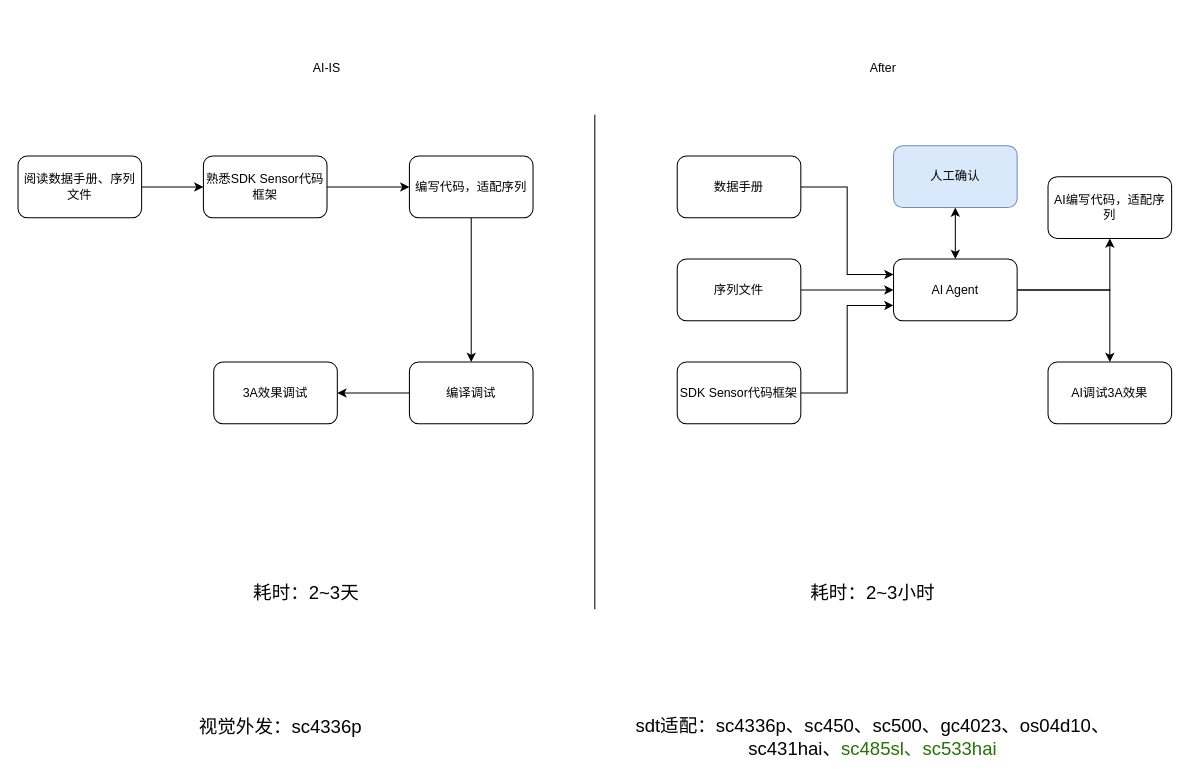
Above: page "sensor适配" (3 of 7) of 未命名绘图.drawio in halfmonth/record (draw.io), before the change. Source tidied: cells renumbered, new cells numbered last; positions are measured from the earlier drawing's top-left corner, leaving out a move shared by most shapes. Both pictures are drawn from the tidied source at 103%, with x=0, y=0 at pixel (18, 53).
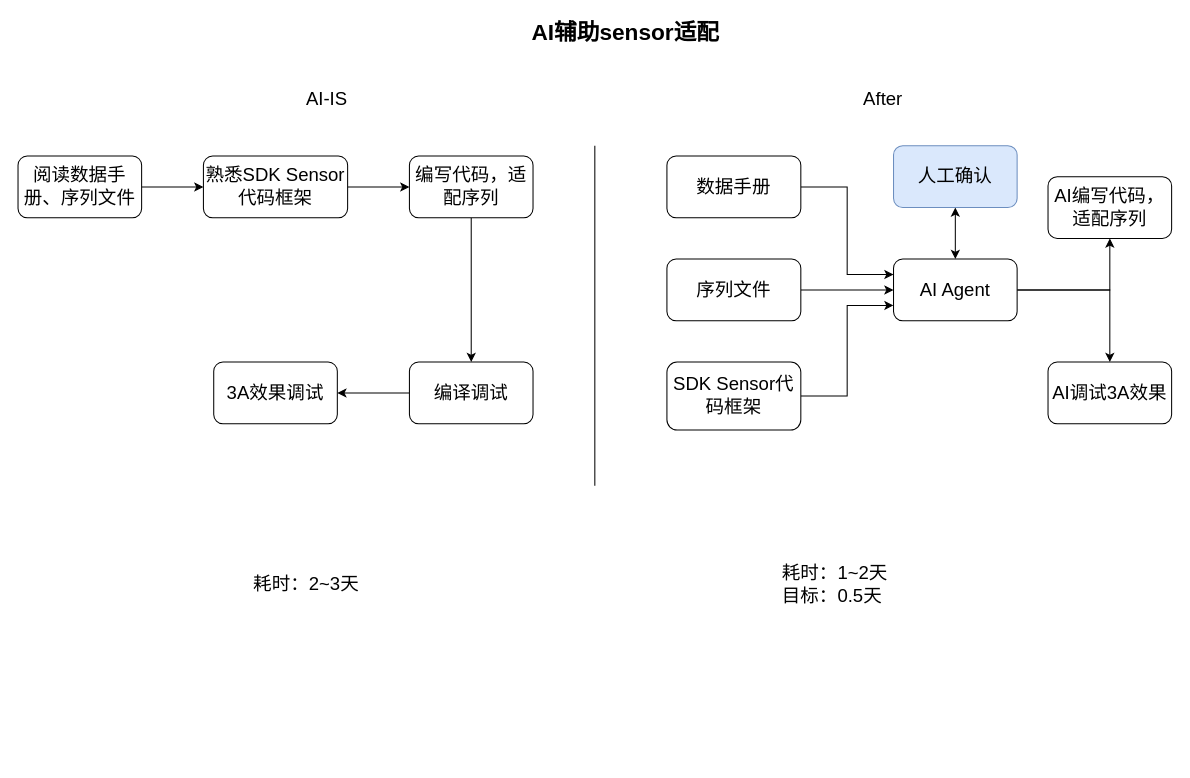
After the change.

The edit, as a diff of the source:
```diff
@@
-    <mxCell id="2" style="edgeStyle=orthogonalEdgeStyle;rounded=0;jettySize=auto;html=1;entryX=0;entryY=0.5;entryDx=0;entryDy=0;" parent="1" edge="1" source="3" target="5">
+    <mxCell id="2" style="edgeStyle=orthogonalEdgeStyle;rounded=0;jettySize=auto;html=1;entryX=0;entryY=0.5;entryDx=0;entryDy=0;fontSize=18;" parent="1" edge="1" source="3" target="5">
       <mxGeometry relative="1" as="geometry" />
     </mxCell>
-    <mxCell id="3" value="阅读数据手册、序列文件" style="rounded=1;whiteSpace=wrap;html=1;" parent="1" vertex="1">
+    <mxCell id="3" value="阅读数据手册、序列文件" style="rounded=1;whiteSpace=wrap;html=1;fontSize=18;" parent="1" vertex="1">
       <mxGeometry y="100" width="120" height="60" as="geometry" />
     </mxCell>
-    <mxCell id="4" style="edgeStyle=orthogonalEdgeStyle;rounded=0;jettySize=auto;html=1;entryX=0;entryY=0.5;entryDx=0;entryDy=0;" parent="1" edge="1" source="5" target="10">
+    <mxCell id="4" style="edgeStyle=orthogonalEdgeStyle;rounded=0;jettySize=auto;html=1;entryX=0;entryY=0.5;entryDx=0;entryDy=0;fontSize=18;" parent="1" edge="1" source="5" target="10">
       <mxGeometry relative="1" as="geometry" />
     </mxCell>
-    <mxCell id="5" value="熟悉SDK Sensor代码框架" style="rounded=1;whiteSpace=wrap;html=1;" parent="1" vertex="1">
-      <mxGeometry x="180" y="100" width="120" height="60" as="geometry" />
+    <mxCell id="5" value="熟悉SDK Sensor代码框架" style="rounded=1;whiteSpace=wrap;html=1;fontSize=18;" parent="1" vertex="1">
+      <mxGeometry x="180" y="100" width="140" height="60" as="geometry" />
     </mxCell>
-    <mxCell id="6" style="endArrow=none;html=1;rounded=0;" parent="1" edge="1">
+    <mxCell id="6" style="endArrow=none;html=1;rounded=0;fontSize=18;" parent="1" edge="1">
       <mxGeometry relative="1" as="geometry">
-        <mxPoint x="560" y="540" as="sourcePoint" />
-        <mxPoint x="560" y="60" as="targetPoint" />
+        <mxPoint x="560" y="420" as="sourcePoint" />
+        <mxPoint x="560" y="90" as="targetPoint" />
       </mxGeometry>
     </mxCell>
-    <mxCell id="7" value="AI-IS" style="text;html=1;whiteSpace=wrap;strokeColor=none;fillColor=none;align=center;verticalAlign=middle;rounded=0;" parent="1" vertex="1">
-      <mxGeometry x="270" width="60" height="30" as="geometry" />
+    <mxCell id="7" value="AI-IS" style="text;html=1;whiteSpace=wrap;strokeColor=none;fillColor=none;align=center;verticalAlign=middle;rounded=0;fontSize=18;" parent="1" vertex="1">
+      <mxGeometry x="270" y="30" width="60" height="30" as="geometry" />
     </mxCell>
-    <mxCell id="8" value="After" style="text;html=1;whiteSpace=wrap;strokeColor=none;fillColor=none;align=center;verticalAlign=middle;rounded=0;" parent="1" vertex="1">
-      <mxGeometry x="810" width="60" height="30" as="geometry" />
+    <mxCell id="8" value="After" style="text;html=1;whiteSpace=wrap;strokeColor=none;fillColor=none;align=center;verticalAlign=middle;rounded=0;fontSize=18;" parent="1" vertex="1">
+      <mxGeometry x="810" y="30" width="60" height="30" as="geometry" />
     </mxCell>
-    <mxCell id="9" style="edgeStyle=orthogonalEdgeStyle;rounded=0;jettySize=auto;html=1;entryX=0.5;entryY=0;entryDx=0;entryDy=0;" parent="1" edge="1" source="10" target="12">
+    <mxCell id="9" style="edgeStyle=orthogonalEdgeStyle;rounded=0;jettySize=auto;html=1;entryX=0.5;entryY=0;entryDx=0;entryDy=0;fontSize=18;" parent="1" edge="1" source="10" target="12">
       <mxGeometry relative="1" as="geometry" />
     </mxCell>
-    <mxCell id="10" value="编写代码，适配序列" style="rounded=1;whiteSpace=wrap;html=1;" parent="1" vertex="1">
+    <mxCell id="10" value="编写代码，适配序列" style="rounded=1;whiteSpace=wrap;html=1;fontSize=18;" parent="1" vertex="1">
       <mxGeometry x="380" y="100" width="120" height="60" as="geometry" />
     </mxCell>
-    <mxCell id="11" style="edgeStyle=orthogonalEdgeStyle;rounded=0;jettySize=auto;html=1;entryX=1;entryY=0.5;entryDx=0;entryDy=0;" parent="1" edge="1" source="12" target="13">
+    <mxCell id="11" style="edgeStyle=orthogonalEdgeStyle;rounded=0;jettySize=auto;html=1;entryX=1;entryY=0.5;entryDx=0;entryDy=0;fontSize=18;" parent="1" edge="1" source="12" target="13">
       <mxGeometry relative="1" as="geometry" />
     </mxCell>
-    <mxCell id="12" value="编译调试" style="rounded=1;whiteSpace=wrap;html=1;" parent="1" vertex="1">
+    <mxCell id="12" value="编译调试" style="rounded=1;whiteSpace=wrap;html=1;fontSize=18;" parent="1" vertex="1">
       <mxGeometry x="380" y="300" width="120" height="60" as="geometry" />
     </mxCell>
-    <mxCell id="13" value="3A效果调试" style="rounded=1;whiteSpace=wrap;html=1;" parent="1" vertex="1">
+    <mxCell id="13" value="3A效果调试" style="rounded=1;whiteSpace=wrap;html=1;fontSize=18;" parent="1" vertex="1">
       <mxGeometry x="190" y="300" width="120" height="60" as="geometry" />
     </mxCell>
-    <mxCell id="14" value="&lt;font style=&quot;font-size: 18px;&quot;&gt;耗时：2~3天&lt;/font&gt;" style="text;html=1;whiteSpace=wrap;strokeColor=none;fillColor=none;align=center;verticalAlign=middle;rounded=0;" parent="1" vertex="1">
-      <mxGeometry x="190" y="510" width="180" height="30" as="geometry" />
+    <mxCell id="14" value="&lt;font&gt;耗时：2~3天&lt;/font&gt;" style="text;html=1;whiteSpace=wrap;strokeColor=none;fillColor=none;align=center;verticalAlign=middle;rounded=0;fontSize=18;" parent="1" vertex="1">
+      <mxGeometry x="190" y="501" width="180" height="30" as="geometry" />
     </mxCell>
-    <mxCell id="15" style="edgeStyle=orthogonalEdgeStyle;rounded=0;jettySize=auto;html=1;entryX=0;entryY=0.25;entryDx=0;entryDy=0;" parent="1" edge="1" source="16" target="23">
+    <mxCell id="15" style="edgeStyle=orthogonalEdgeStyle;rounded=0;jettySize=auto;html=1;entryX=0;entryY=0.25;entryDx=0;entryDy=0;fontSize=18;" parent="1" edge="1" source="16" target="23">
       <mxGeometry relative="1" as="geometry" />
     </mxCell>
-    <mxCell id="16" value="数据手册" style="rounded=1;whiteSpace=wrap;html=1;" parent="1" vertex="1">
-      <mxGeometry x="640" y="100" width="120" height="60" as="geometry" />
+    <mxCell id="16" value="数据手册" style="rounded=1;whiteSpace=wrap;html=1;fontSize=18;" parent="1" vertex="1">
+      <mxGeometry x="630" y="100" width="130" height="60" as="geometry" />
     </mxCell>
-    <mxCell id="17" style="edgeStyle=orthogonalEdgeStyle;rounded=0;jettySize=auto;html=1;entryX=0;entryY=0.5;entryDx=0;entryDy=0;" parent="1" edge="1" source="18" target="23">
+    <mxCell id="17" style="edgeStyle=orthogonalEdgeStyle;rounded=0;jettySize=auto;html=1;entryX=0;entryY=0.5;entryDx=0;entryDy=0;fontSize=18;" parent="1" edge="1" source="18" target="23">
       <mxGeometry relative="1" as="geometry" />
     </mxCell>
-    <mxCell id="18" value="序列文件" style="rounded=1;whiteSpace=wrap;html=1;" parent="1" vertex="1">
-      <mxGeometry x="640" y="200" width="120" height="60" as="geometry" />
+    <mxCell id="18" value="序列文件" style="rounded=1;whiteSpace=wrap;html=1;fontSize=18;" parent="1" vertex="1">
+      <mxGeometry x="630" y="200" width="130" height="60" as="geometry" />
     </mxCell>
-    <mxCell id="19" style="edgeStyle=orthogonalEdgeStyle;rounded=0;jettySize=auto;html=1;entryX=0;entryY=0.75;entryDx=0;entryDy=0;" parent="1" edge="1" source="20" target="23">
+    <mxCell id="19" style="edgeStyle=orthogonalEdgeStyle;rounded=0;jettySize=auto;html=1;entryX=0;entryY=0.75;entryDx=0;entryDy=0;fontSize=18;" parent="1" edge="1" source="20" target="23">
       <mxGeometry relative="1" as="geometry" />
     </mxCell>
-    <mxCell id="20" value="SDK Sensor代码框架" style="rounded=1;whiteSpace=wrap;html=1;" parent="1" vertex="1">
-      <mxGeometry x="640" y="300" width="120" height="60" as="geometry" />
+    <mxCell id="20" value="SDK Sensor代码框架" style="rounded=1;whiteSpace=wrap;html=1;fontSize=18;" parent="1" vertex="1">
+      <mxGeometry x="630" y="300" width="130" height="66" as="geometry" />
     </mxCell>
-    <mxCell id="21" style="edgeStyle=orthogonalEdgeStyle;rounded=0;jettySize=auto;html=1;entryX=0.5;entryY=1;entryDx=0;entryDy=0;" parent="1" edge="1" source="23" target="25">
+    <mxCell id="21" style="edgeStyle=orthogonalEdgeStyle;rounded=0;jettySize=auto;html=1;entryX=0.5;entryY=1;entryDx=0;entryDy=0;fontSize=18;" parent="1" edge="1" source="23" target="25">
       <mxGeometry relative="1" as="geometry" />
     </mxCell>
-    <mxCell id="22" style="edgeStyle=orthogonalEdgeStyle;rounded=0;jettySize=auto;html=1;entryX=0.5;entryY=0;entryDx=0;entryDy=0;" parent="1" edge="1" source="23" target="24">
+    <mxCell id="22" style="edgeStyle=orthogonalEdgeStyle;rounded=0;jettySize=auto;html=1;entryX=0.5;entryY=0;entryDx=0;entryDy=0;fontSize=18;" parent="1" edge="1" source="23" target="24">
       <mxGeometry relative="1" as="geometry" />
     </mxCell>
-    <mxCell id="23" value="AI Agent" style="rounded=1;whiteSpace=wrap;html=1;" parent="1" vertex="1">
+    <mxCell id="23" value="AI Agent" style="rounded=1;whiteSpace=wrap;html=1;fontSize=18;" parent="1" vertex="1">
       <mxGeometry x="850" y="200" width="120" height="60" as="geometry" />
     </mxCell>
-    <mxCell id="24" value="AI调试3A效果" style="rounded=1;whiteSpace=wrap;html=1;" parent="1" vertex="1">
+    <mxCell id="24" value="AI调试3A效果" style="rounded=1;whiteSpace=wrap;html=1;fontSize=18;" parent="1" vertex="1">
       <mxGeometry x="1000" y="300" width="120" height="60" as="geometry" />
     </mxCell>
-    <mxCell id="25" value="AI编写代码，适配序列" style="rounded=1;whiteSpace=wrap;html=1;" parent="1" vertex="1">
+    <mxCell id="25" value="AI编写代码，适配序列" style="rounded=1;whiteSpace=wrap;html=1;fontSize=18;" parent="1" vertex="1">
       <mxGeometry x="1000" y="120" width="120" height="60" as="geometry" />
     </mxCell>
-    <mxCell id="26" style="edgeStyle=orthogonalEdgeStyle;rounded=0;jettySize=auto;html=1;entryX=0.5;entryY=0;entryDx=0;entryDy=0;startArrow=classic;startFill=1;" parent="1" edge="1" source="27" target="23">
+    <mxCell id="26" style="edgeStyle=orthogonalEdgeStyle;rounded=0;jettySize=auto;html=1;entryX=0.5;entryY=0;entryDx=0;entryDy=0;startArrow=classic;startFill=1;fontSize=18;" parent="1" edge="1" source="27" target="23">
       <mxGeometry relative="1" as="geometry" />
     </mxCell>
-    <mxCell id="27" value="人工确认" style="rounded=1;whiteSpace=wrap;html=1;fillColor=#dae8fc;strokeColor=#6c8ebf;" parent="1" vertex="1">
+    <mxCell id="27" value="人工确认" style="rounded=1;whiteSpace=wrap;html=1;fillColor=#dae8fc;strokeColor=#6c8ebf;fontSize=18;" parent="1" vertex="1">
       <mxGeometry x="850" y="90" width="120" height="60" as="geometry" />
     </mxCell>
-    <mxCell id="28" value="&lt;font style=&quot;font-size: 18px;&quot;&gt;耗时：2~3小时&lt;/font&gt;" style="text;html=1;whiteSpace=wrap;strokeColor=none;fillColor=none;align=center;verticalAlign=middle;rounded=0;" parent="1" vertex="1">
-      <mxGeometry x="740" y="510" width="180" height="30" as="geometry" />
+    <mxCell id="28" value="&lt;font&gt;耗时：1~2天&lt;/font&gt;&lt;div&gt;&lt;font&gt;目标：0.5天&lt;/font&gt;&lt;/div&gt;" style="text;html=1;whiteSpace=wrap;strokeColor=none;fillColor=none;align=left;verticalAlign=middle;rounded=0;fontSize=18;" parent="1" vertex="1">
+      <mxGeometry x="740" y="501" width="180" height="30" as="geometry" />
     </mxCell>
-    <mxCell id="29" value="&lt;font style=&quot;font-size: 18px;&quot;&gt;视觉外发：sc4336p&lt;/font&gt;" style="text;html=1;whiteSpace=wrap;strokeColor=none;fillColor=none;align=center;verticalAlign=middle;rounded=0;" parent="1" vertex="1">
-      <mxGeometry x="70" y="640" width="370" height="30" as="geometry" />
-    </mxCell>
-    <mxCell id="30" value="&lt;font style=&quot;font-size: 18px;&quot;&gt;sdt适配：sc4336p、sc450、sc500、gc4023、os04d10、sc431hai、&lt;font style=&quot;color: light-dark(rgb(36, 116, 2), rgb(237, 237, 237));&quot;&gt;sc485sl、sc533hai&lt;/font&gt;&lt;/font&gt;" style="text;html=1;whiteSpace=wrap;strokeColor=none;fillColor=none;align=center;verticalAlign=middle;rounded=0;" parent="1" vertex="1">
-      <mxGeometry x="585" y="650" width="490" height="30" as="geometry" />
-    </mxCell>
+    <mxCell id="31" value="&lt;font style=&quot;font-size: 22px;&quot;&gt;&lt;b&gt;AI辅助sensor适配&lt;/b&gt;&lt;/font&gt;" style="text;html=1;whiteSpace=wrap;strokeColor=none;fillColor=none;align=center;verticalAlign=middle;rounded=0;" parent="1" vertex="1">
+      <mxGeometry x="490" y="-34" width="200" height="30" as="geometry" />
+    </mxCell>
```
